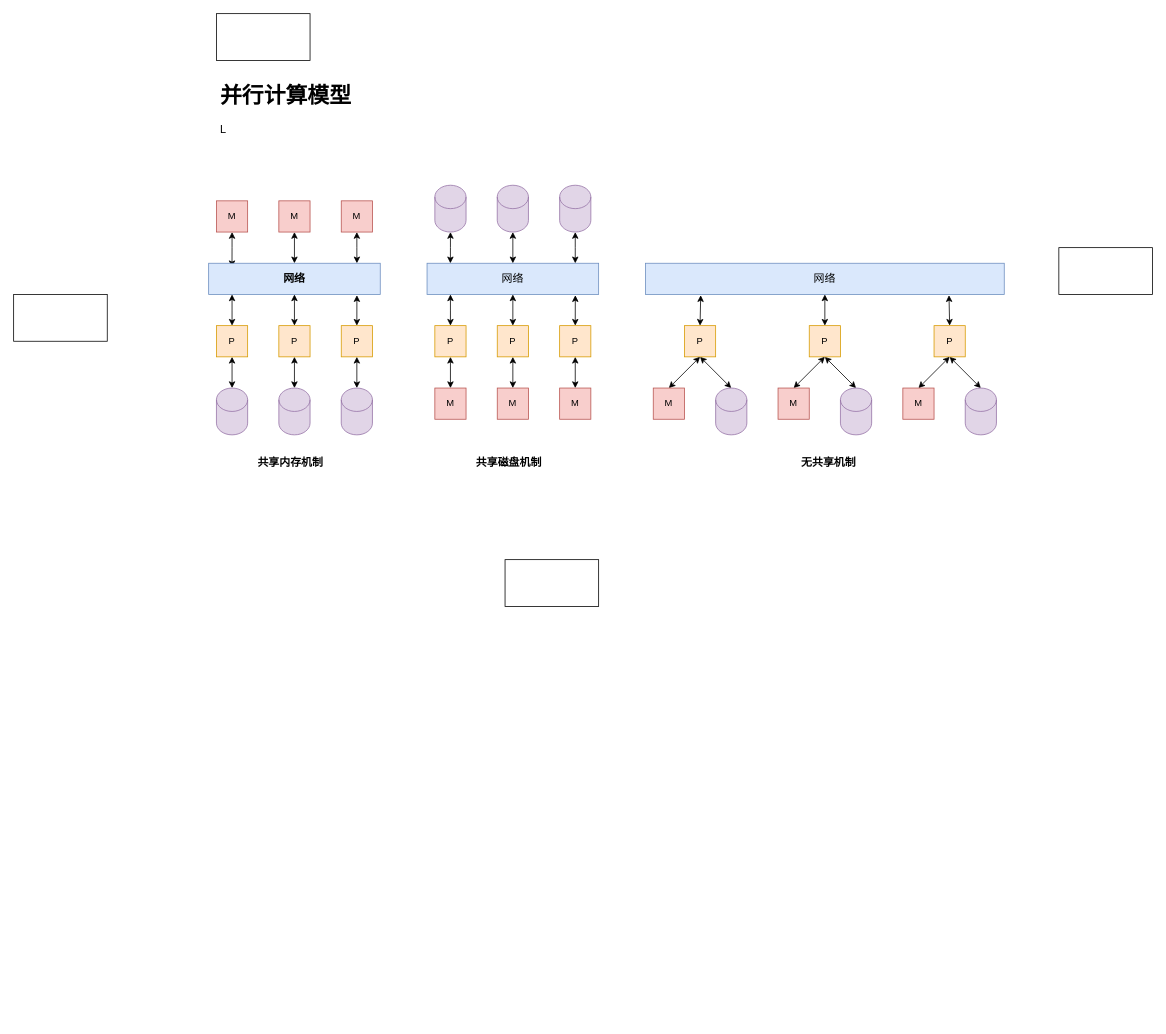
Before: page "并行和分布式DB" (11 of 11) of Draw.io/DB.drawio in DepInjoy/geektime, a draw.io diagram. Source tidied: cells renumbered, new cells numbered last; positions are measured from the earlier drawing's top-left corner, leaving out a move shared by most shapes. Both pictures are drawn from the tidied source at 78%, with x=0, y=0 at pixel (13, 13).
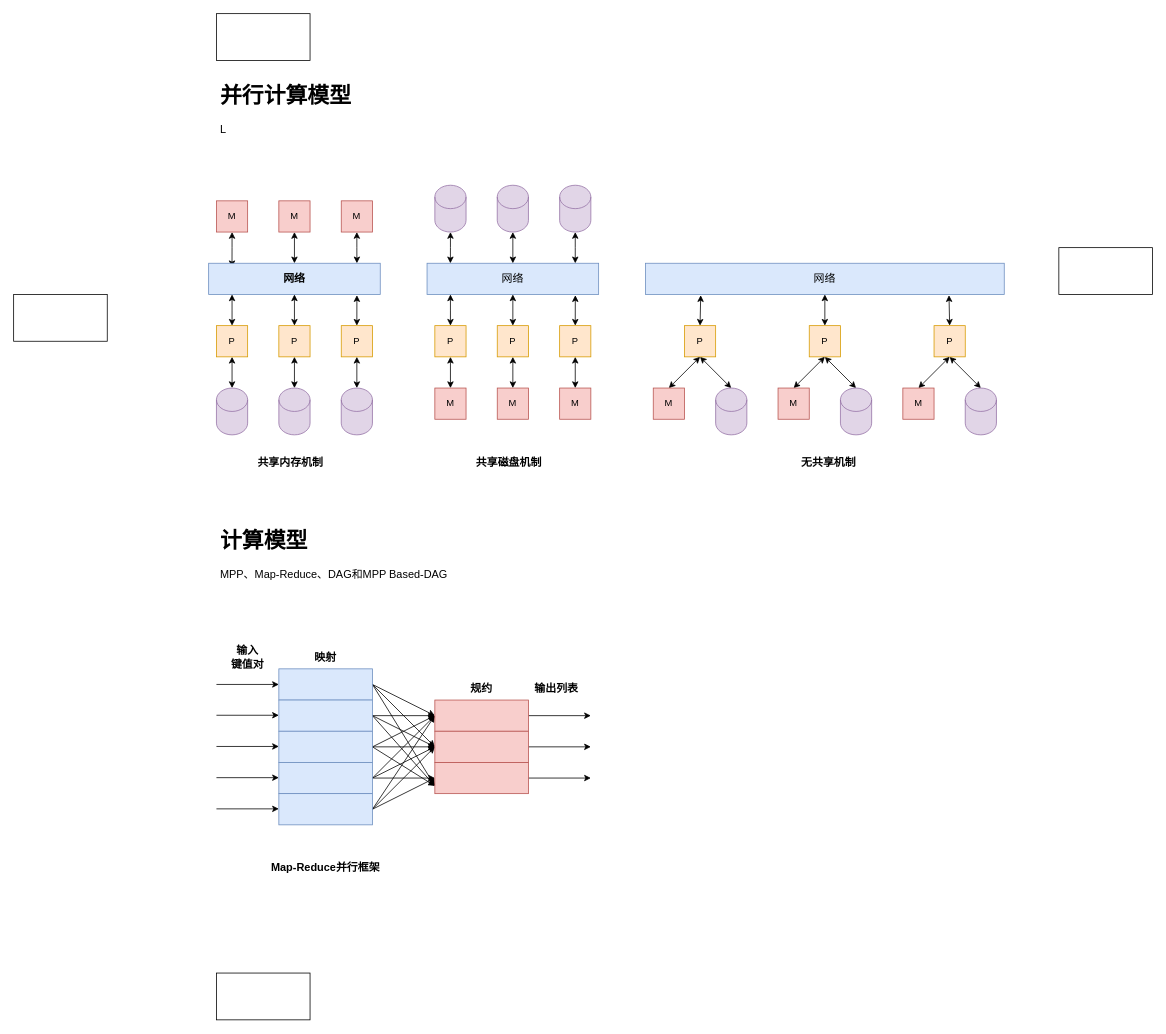
Above is the later version.

Commit message:
添加MapReduce计算框架

The edit, as a diff of the source:
```diff
@@
     <mxCell id="63" style="rounded=0;whiteSpace=wrap;html=1;fontSize=14;" parent="1" vertex="1">
-      <mxGeometry x="630" y="700" width="120" height="60" as="geometry" />
+      <mxGeometry x="260" y="1230" width="120" height="60" as="geometry" />
     </mxCell>
@@
+    <mxCell id="67" value="&lt;h1&gt;计算模型&lt;/h1&gt;&lt;p&gt;MPP、Map-Reduce、DAG和MPP Based-DAG&lt;/p&gt;" style="text;html=1;strokeColor=none;fillColor=none;spacing=5;spacingTop=-20;whiteSpace=wrap;overflow=hidden;rounded=0;fontSize=14;" parent="1" vertex="1">
+      <mxGeometry x="260" y="650" width="410" height="120" as="geometry" />
+    </mxCell>
+    <mxCell id="68" style="edgeStyle=none;rounded=0;jettySize=auto;html=1;exitX=1;exitY=0.5;exitDx=0;exitDy=0;entryX=0;entryY=0.5;entryDx=0;entryDy=0;fontSize=14;startArrow=none;startFill=0;" parent="1" edge="1" source="71" target="89">
+      <mxGeometry relative="1" as="geometry" />
+    </mxCell>
+    <mxCell id="69" style="edgeStyle=none;rounded=0;jettySize=auto;html=1;exitX=1;exitY=0.5;exitDx=0;exitDy=0;entryX=0;entryY=0.5;entryDx=0;entryDy=0;fontSize=14;startArrow=none;startFill=0;" parent="1" edge="1" source="71" target="91">
+      <mxGeometry relative="1" as="geometry" />
+    </mxCell>
+    <mxCell id="70" style="edgeStyle=none;rounded=0;jettySize=auto;html=1;exitX=1;exitY=0.5;exitDx=0;exitDy=0;entryX=0;entryY=0.75;entryDx=0;entryDy=0;fontSize=14;startArrow=none;startFill=0;" parent="1" edge="1" source="71" target="93">
+      <mxGeometry relative="1" as="geometry" />
+    </mxCell>
+    <mxCell id="71" style="rounded=0;whiteSpace=wrap;html=1;fontSize=14;fillColor=#dae8fc;strokeColor=#6c8ebf;" parent="1" vertex="1">
+      <mxGeometry x="340" y="840" width="120" height="40" as="geometry" />
+    </mxCell>
+    <mxCell id="72" style="edgeStyle=none;rounded=0;jettySize=auto;html=1;exitX=1;exitY=0.5;exitDx=0;exitDy=0;entryX=0;entryY=0.5;entryDx=0;entryDy=0;fontSize=14;startArrow=none;startFill=0;" parent="1" edge="1" source="75" target="89">
+      <mxGeometry relative="1" as="geometry" />
+    </mxCell>
+    <mxCell id="73" style="edgeStyle=none;rounded=0;jettySize=auto;html=1;exitX=1;exitY=0.5;exitDx=0;exitDy=0;entryX=0;entryY=0.5;entryDx=0;entryDy=0;fontSize=14;startArrow=none;startFill=0;" parent="1" edge="1" source="75" target="91">
+      <mxGeometry relative="1" as="geometry" />
+    </mxCell>
+    <mxCell id="74" style="edgeStyle=none;rounded=0;jettySize=auto;html=1;exitX=1;exitY=0.5;exitDx=0;exitDy=0;entryX=0;entryY=0.75;entryDx=0;entryDy=0;fontSize=14;startArrow=none;startFill=0;" parent="1" edge="1" source="75" target="93">
+      <mxGeometry relative="1" as="geometry" />
+    </mxCell>
+    <mxCell id="75" style="rounded=0;whiteSpace=wrap;html=1;fontSize=14;fillColor=#dae8fc;strokeColor=#6c8ebf;" parent="1" vertex="1">
+      <mxGeometry x="340" y="880" width="120" height="40" as="geometry" />
+    </mxCell>
+    <mxCell id="76" style="edgeStyle=none;rounded=0;jettySize=auto;html=1;exitX=1;exitY=0.5;exitDx=0;exitDy=0;entryX=0;entryY=0.5;entryDx=0;entryDy=0;fontSize=14;startArrow=none;startFill=0;" parent="1" edge="1" source="79" target="89">
+      <mxGeometry relative="1" as="geometry" />
+    </mxCell>
+    <mxCell id="77" style="edgeStyle=none;rounded=0;jettySize=auto;html=1;exitX=1;exitY=0.5;exitDx=0;exitDy=0;entryX=0;entryY=0.5;entryDx=0;entryDy=0;fontSize=14;startArrow=none;startFill=0;" parent="1" edge="1" source="79" target="91">
+      <mxGeometry relative="1" as="geometry" />
+    </mxCell>
+    <mxCell id="78" style="edgeStyle=none;rounded=0;jettySize=auto;html=1;exitX=1;exitY=0.5;exitDx=0;exitDy=0;entryX=0;entryY=0.75;entryDx=0;entryDy=0;fontSize=14;startArrow=none;startFill=0;" parent="1" edge="1" source="79" target="93">
+      <mxGeometry relative="1" as="geometry" />
+    </mxCell>
+    <mxCell id="79" style="rounded=0;whiteSpace=wrap;html=1;fontSize=14;fillColor=#dae8fc;strokeColor=#6c8ebf;" parent="1" vertex="1">
+      <mxGeometry x="340" y="920" width="120" height="40" as="geometry" />
+    </mxCell>
+    <mxCell id="80" style="edgeStyle=none;rounded=0;jettySize=auto;html=1;exitX=1;exitY=0.5;exitDx=0;exitDy=0;fontSize=14;startArrow=none;startFill=0;" parent="1" edge="1" source="83">
+      <mxGeometry relative="1" as="geometry">
+        <mxPoint x="540" y="900" as="targetPoint" />
+      </mxGeometry>
+    </mxCell>
+    <mxCell id="81" style="edgeStyle=none;rounded=0;jettySize=auto;html=1;exitX=1;exitY=0.5;exitDx=0;exitDy=0;entryX=0;entryY=0.5;entryDx=0;entryDy=0;fontSize=14;startArrow=none;startFill=0;" parent="1" edge="1" source="83" target="91">
+      <mxGeometry relative="1" as="geometry" />
+    </mxCell>
+    <mxCell id="82" style="edgeStyle=none;rounded=0;jettySize=auto;html=1;exitX=1;exitY=0.5;exitDx=0;exitDy=0;entryX=0;entryY=0.5;entryDx=0;entryDy=0;fontSize=14;startArrow=none;startFill=0;" parent="1" edge="1" source="83" target="93">
+      <mxGeometry relative="1" as="geometry" />
+    </mxCell>
+    <mxCell id="83" style="rounded=0;whiteSpace=wrap;html=1;fontSize=14;fillColor=#dae8fc;strokeColor=#6c8ebf;" parent="1" vertex="1">
+      <mxGeometry x="340" y="960" width="120" height="40" as="geometry" />
+    </mxCell>
+    <mxCell id="84" style="edgeStyle=none;rounded=0;jettySize=auto;html=1;exitX=1;exitY=0.5;exitDx=0;exitDy=0;entryX=0;entryY=0.5;entryDx=0;entryDy=0;fontSize=14;startArrow=none;startFill=0;" parent="1" edge="1" source="87" target="89">
+      <mxGeometry relative="1" as="geometry" />
+    </mxCell>
+    <mxCell id="85" style="edgeStyle=none;rounded=0;jettySize=auto;html=1;exitX=1;exitY=0.5;exitDx=0;exitDy=0;entryX=0;entryY=0.5;entryDx=0;entryDy=0;fontSize=14;startArrow=none;startFill=0;" parent="1" edge="1" source="87" target="91">
+      <mxGeometry relative="1" as="geometry" />
+    </mxCell>
+    <mxCell id="86" style="edgeStyle=none;rounded=0;jettySize=auto;html=1;exitX=1;exitY=0.5;exitDx=0;exitDy=0;fontSize=14;startArrow=none;startFill=0;" parent="1" edge="1" source="87">
+      <mxGeometry relative="1" as="geometry">
+        <mxPoint x="540" y="980" as="targetPoint" />
+      </mxGeometry>
+    </mxCell>
+    <mxCell id="87" style="rounded=0;whiteSpace=wrap;html=1;fontSize=14;fillColor=#dae8fc;strokeColor=#6c8ebf;" parent="1" vertex="1">
+      <mxGeometry x="340" y="1000" width="120" height="40" as="geometry" />
+    </mxCell>
+    <mxCell id="88" style="edgeStyle=none;rounded=0;jettySize=auto;html=1;exitX=1;exitY=0.5;exitDx=0;exitDy=0;fontSize=14;startArrow=none;startFill=0;" parent="1" edge="1" source="89">
+      <mxGeometry relative="1" as="geometry">
+        <mxPoint x="740" y="900" as="targetPoint" />
+      </mxGeometry>
+    </mxCell>
+    <mxCell id="89" style="rounded=0;whiteSpace=wrap;html=1;fontSize=14;fillColor=#f8cecc;strokeColor=#b85450;" parent="1" vertex="1">
+      <mxGeometry x="540" y="880" width="120" height="40" as="geometry" />
+    </mxCell>
+    <mxCell id="90" style="edgeStyle=none;rounded=0;jettySize=auto;html=1;exitX=1;exitY=0.5;exitDx=0;exitDy=0;fontSize=14;startArrow=none;startFill=0;" parent="1" edge="1" source="91">
+      <mxGeometry relative="1" as="geometry">
+        <mxPoint x="740" y="940" as="targetPoint" />
+      </mxGeometry>
+    </mxCell>
+    <mxCell id="91" style="rounded=0;whiteSpace=wrap;html=1;fontSize=14;fillColor=#f8cecc;strokeColor=#b85450;" parent="1" vertex="1">
+      <mxGeometry x="540" y="920" width="120" height="40" as="geometry" />
+    </mxCell>
+    <mxCell id="92" style="edgeStyle=none;rounded=0;jettySize=auto;html=1;exitX=1;exitY=0.5;exitDx=0;exitDy=0;fontSize=14;startArrow=none;startFill=0;" parent="1" edge="1" source="93">
+      <mxGeometry relative="1" as="geometry">
+        <mxPoint x="740" y="980" as="targetPoint" />
+      </mxGeometry>
+    </mxCell>
+    <mxCell id="93" style="rounded=0;whiteSpace=wrap;html=1;fontSize=14;fillColor=#f8cecc;strokeColor=#b85450;" parent="1" vertex="1">
+      <mxGeometry x="540" y="960" width="120" height="40" as="geometry" />
+    </mxCell>
+    <mxCell id="94" value="&lt;b&gt;映射&lt;/b&gt;" style="text;html=1;strokeColor=none;fillColor=none;align=center;verticalAlign=middle;whiteSpace=wrap;rounded=0;fontSize=14;" parent="1" vertex="1">
+      <mxGeometry x="370" y="810" width="60" height="30" as="geometry" />
+    </mxCell>
+    <mxCell id="95" value="&lt;b&gt;规约&lt;/b&gt;" style="text;html=1;strokeColor=none;fillColor=none;align=center;verticalAlign=middle;whiteSpace=wrap;rounded=0;fontSize=14;" parent="1" vertex="1">
+      <mxGeometry x="570" y="850" width="60" height="30" as="geometry" />
+    </mxCell>
+    <mxCell id="96" style="endArrow=classic;html=1;rounded=0;fontSize=14;entryX=0;entryY=0.5;entryDx=0;entryDy=0;" parent="1" edge="1" target="71">
+      <mxGeometry relative="1" as="geometry">
+        <mxPoint x="260" y="860" as="sourcePoint" />
+      </mxGeometry>
+    </mxCell>
+    <mxCell id="97" style="endArrow=classic;html=1;rounded=0;fontSize=14;entryX=0;entryY=0.5;entryDx=0;entryDy=0;" parent="1" edge="1">
+      <mxGeometry relative="1" as="geometry">
+        <mxPoint x="260" y="899.5" as="sourcePoint" />
+        <mxPoint x="340" y="899.5" as="targetPoint" />
+      </mxGeometry>
+    </mxCell>
+    <mxCell id="98" style="endArrow=classic;html=1;rounded=0;fontSize=14;entryX=0;entryY=0.5;entryDx=0;entryDy=0;" parent="1" edge="1">
+      <mxGeometry relative="1" as="geometry">
+        <mxPoint x="260" y="939.5" as="sourcePoint" />
+        <mxPoint x="340" y="939.5" as="targetPoint" />
+      </mxGeometry>
+    </mxCell>
+    <mxCell id="99" style="endArrow=classic;html=1;rounded=0;fontSize=14;entryX=0;entryY=0.5;entryDx=0;entryDy=0;" parent="1" edge="1">
+      <mxGeometry relative="1" as="geometry">
+        <mxPoint x="260" y="979.5" as="sourcePoint" />
+        <mxPoint x="340" y="979.5" as="targetPoint" />
+      </mxGeometry>
+    </mxCell>
+    <mxCell id="100" style="endArrow=classic;html=1;rounded=0;fontSize=14;entryX=0;entryY=0.5;entryDx=0;entryDy=0;" parent="1" edge="1">
+      <mxGeometry relative="1" as="geometry">
+        <mxPoint x="260" y="1019.5" as="sourcePoint" />
+        <mxPoint x="340" y="1019.5" as="targetPoint" />
+      </mxGeometry>
+    </mxCell>
+    <mxCell id="101" value="&lt;b&gt;输出列表&lt;/b&gt;" style="text;html=1;strokeColor=none;fillColor=none;align=center;verticalAlign=middle;whiteSpace=wrap;rounded=0;fontSize=14;" parent="1" vertex="1">
+      <mxGeometry x="661" y="850" width="70" height="30" as="geometry" />
+    </mxCell>
+    <mxCell id="102" value="&lt;b&gt;输入&lt;br&gt;键值对&lt;br&gt;&lt;/b&gt;" style="text;html=1;strokeColor=none;fillColor=none;align=center;verticalAlign=middle;whiteSpace=wrap;rounded=0;fontSize=14;" parent="1" vertex="1">
+      <mxGeometry x="260" y="810" width="80" height="30" as="geometry" />
+    </mxCell>
+    <mxCell id="103" value="&lt;b&gt;Map-Reduce并行框架&lt;/b&gt;" style="text;html=1;strokeColor=none;fillColor=none;align=center;verticalAlign=middle;whiteSpace=wrap;rounded=0;fontSize=14;" parent="1" vertex="1">
+      <mxGeometry x="325" y="1080" width="150" height="30" as="geometry" />
+    </mxCell>
```
